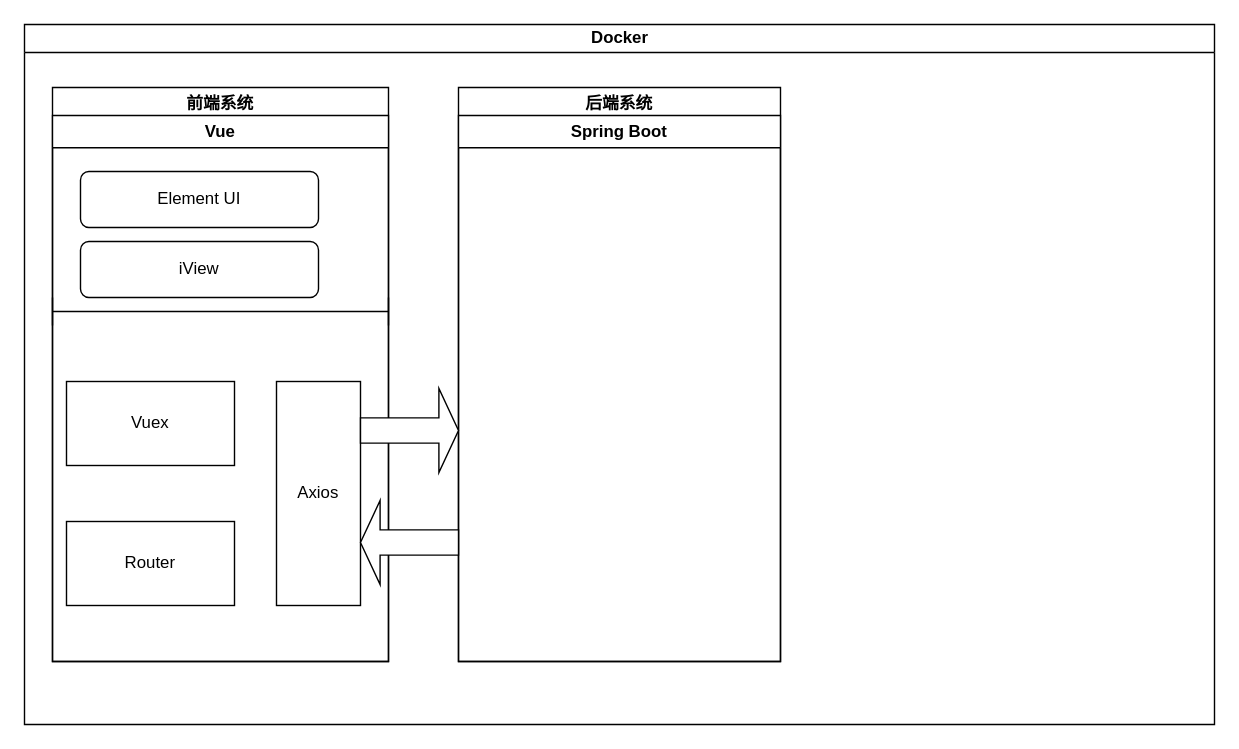
Above: bishe/未命名绘图.drawio in SANZONGi/draw (draw.io), before the change. Source tidied: cells renumbered, new cells numbered last; positions are measured from the earlier drawing's top-left corner, leaving out a move shared by most shapes. Both pictures are drawn from the tidied source at 140%, with x=0, y=0 at pixel (24, 24).
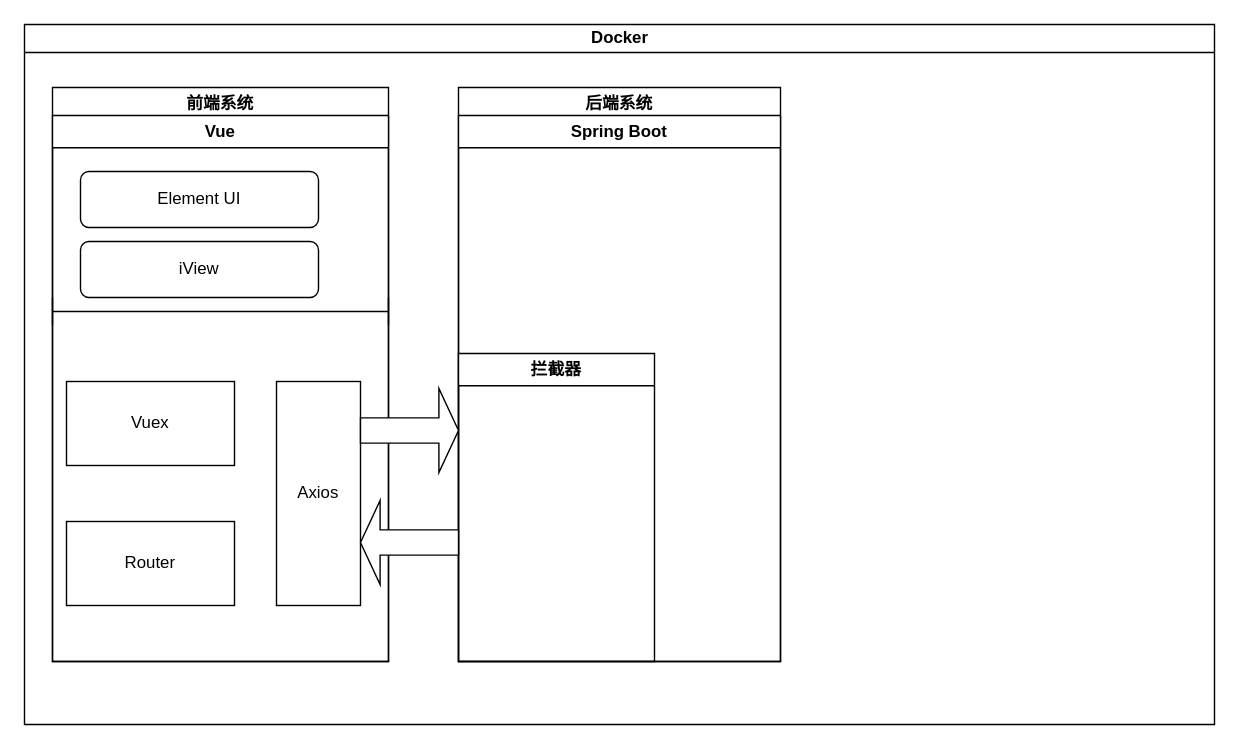
The same diagram, later.

Commit message (it also covers changes not shown here):
更新未命名绘图.drawio

Change to the diagram source:
```diff
@@
 <mxGraphModel>
   <root>
     <mxCell id="0" />
     <mxCell id="1" parent="0" />
     <mxCell id="2" value="Docker" style="swimlane;html=1;startSize=20;horizontal=1;containerType=tree;glass=0;" parent="1" vertex="1">
       <mxGeometry width="850" height="500" as="geometry" />
     </mxCell>
     <mxCell id="3" value="前端系统" style="swimlane;whiteSpace=wrap;html=1;" parent="2" vertex="1">
       <mxGeometry x="20" y="45" width="240" height="410" as="geometry" />
     </mxCell>
     <mxCell id="4" value="Vue" style="swimlane;whiteSpace=wrap;html=1;" parent="3" vertex="1">
       <mxGeometry y="20" width="240" height="390" as="geometry" />
     </mxCell>
     <mxCell id="5" style="shape=crossbar;whiteSpace=wrap;html=1;rounded=1;" parent="4" vertex="1">
       <mxGeometry y="130" width="240" height="20" as="geometry" />
     </mxCell>
     <mxCell id="6" value="Element UI" style="rounded=1;whiteSpace=wrap;html=1;" parent="4" vertex="1">
       <mxGeometry x="20" y="40" width="170" height="40" as="geometry" />
     </mxCell>
     <mxCell id="7" value="iView" style="rounded=1;whiteSpace=wrap;html=1;" parent="4" vertex="1">
       <mxGeometry x="20" y="90" width="170" height="40" as="geometry" />
     </mxCell>
     <mxCell id="8" value="Vuex" style="rounded=0;whiteSpace=wrap;html=1;" parent="4" vertex="1">
       <mxGeometry x="10" y="190" width="120" height="60" as="geometry" />
     </mxCell>
     <mxCell id="9" value="Router" style="rounded=0;whiteSpace=wrap;html=1;" parent="4" vertex="1">
       <mxGeometry x="10" y="290" width="120" height="60" as="geometry" />
     </mxCell>
     <mxCell id="10" value="Axios" style="rounded=0;whiteSpace=wrap;html=1;" parent="4" vertex="1">
       <mxGeometry x="160" y="190" width="60" height="160" as="geometry" />
     </mxCell>
     <mxCell id="11" value="后端系统" style="swimlane;whiteSpace=wrap;html=1;" parent="2" vertex="1">
       <mxGeometry x="310" y="45" width="230" height="410" as="geometry" />
     </mxCell>
     <mxCell id="12" value="Spring Boot" style="swimlane;whiteSpace=wrap;html=1;" parent="11" vertex="1">
       <mxGeometry y="20" width="230" height="390" as="geometry" />
     </mxCell>
+    <mxCell id="15" value="拦截器" style="swimlane;whiteSpace=wrap;html=1;" parent="12" vertex="1">
+      <mxGeometry y="170" width="140" height="220" as="geometry" />
+    </mxCell>
     <mxCell id="13" style="shape=singleArrow;whiteSpace=wrap;html=1;" parent="2" vertex="1">
       <mxGeometry x="240" y="260" width="70" height="60" as="geometry" />
     </mxCell>
     <mxCell id="14" style="shape=singleArrow;direction=west;whiteSpace=wrap;html=1;" parent="2" vertex="1">
       <mxGeometry x="240" y="340" width="70" height="60" as="geometry" />
     </mxCell>
   </root>
 </mxGraphModel>
```
